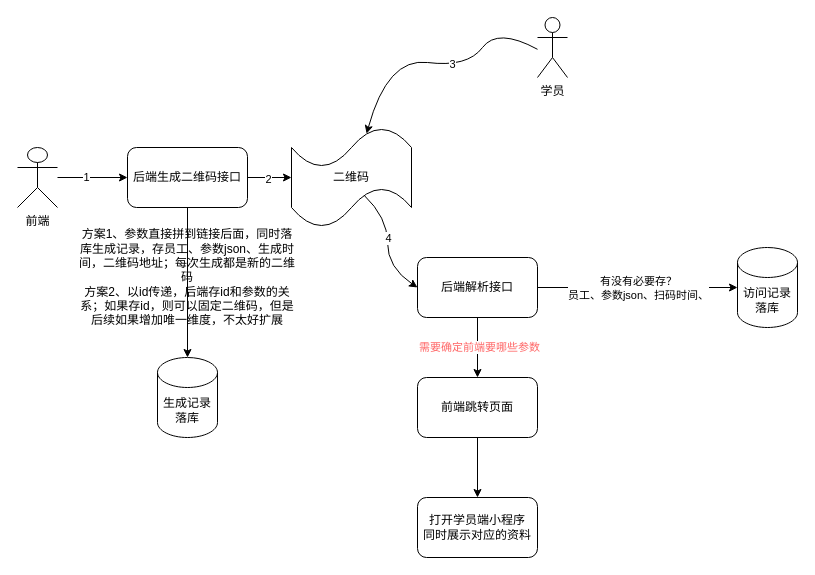
me-Minion/draw keeps this draw.io diagram as 轻学一期扫码逻辑.drawio. Above is the earlier version. Source tidied: cells renumbered, new cells numbered last; positions are measured from the earlier drawing's top-left corner, leaving out a move shared by most shapes. Both pictures are drawn from the tidied source at 100%, with x=0, y=0 at pixel (17, 17).
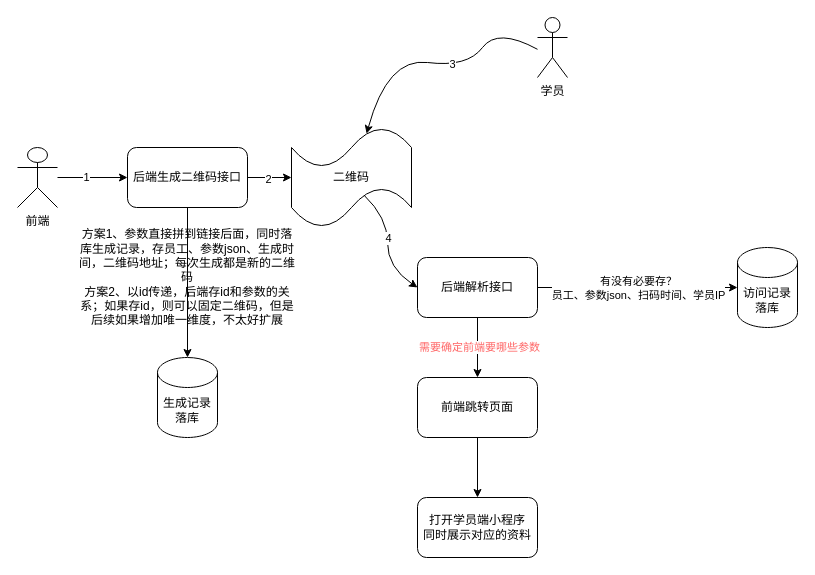
After the change.

Commit message (it also covers changes not shown here):
更新轻学一期扫码逻辑.drawio

The change refers to these unchanged cells:
```xml
<mxCell id="24" style="edgeStyle=orthogonalEdgeStyle;rounded=0;jettySize=auto;html=1;entryX=0;entryY=0.5;entryDx=0;entryDy=0;entryPerimeter=0;" parent="1" edge="1" source="15" target="23">
  <mxGeometry relative="1" as="geometry" />
</mxCell>
```

Diff of the diagram source:
```diff
@@
-    <mxCell id="25" value="有没有必要存？&lt;br&gt;员工、参数json、扫码时间、" style="edgeLabel;html=1;align=center;verticalAlign=middle;" parent="24" vertex="1">
+    <mxCell id="25" value="有没有必要存？&lt;br&gt;员工、参数json、扫码时间、学员IP" style="edgeLabel;html=1;align=center;verticalAlign=middle;" parent="24" vertex="1">
       <mxGeometry x="-0.26" y="-2" relative="1" as="geometry">
         <mxPoint x="26" y="-2" as="offset" />
       </mxGeometry>
     </mxCell>
```
